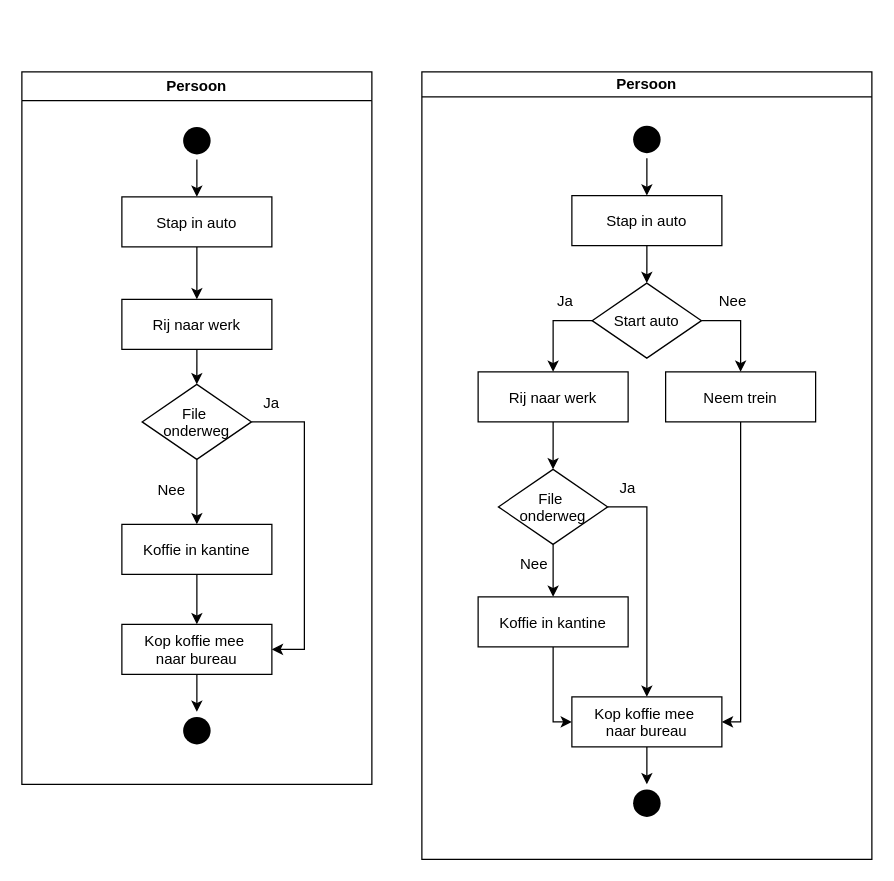
EMB20/Procesanalyse keeps this draw.io diagram as ActivityDiagramCommute.drawio. Above is the earlier version. Source tidied: cells renumbered, new cells numbered last; positions are measured from the earlier drawing's top-left corner, leaving out a move shared by most shapes. Both pictures are drawn from the tidied source at 125%, with x=0, y=0 at pixel (21, 71).
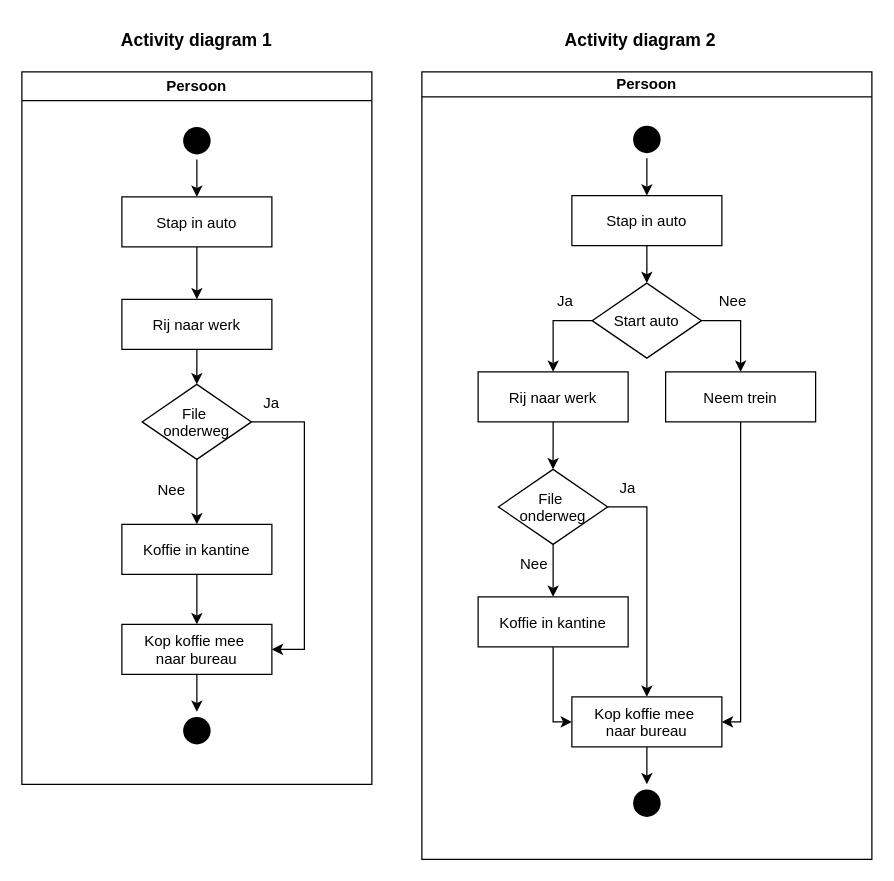
Above is the later version.

Diff of the diagram source:
```diff
@@
+    <mxCell id="44" value="Activity diagram 1" style="text;html=1;align=center;verticalAlign=middle;whiteSpace=wrap;rounded=0;fontStyle=1;fontSize=14;" parent="1" vertex="1">
+      <mxGeometry x="75" y="-40" width="130" height="30" as="geometry" />
+    </mxCell>
+    <mxCell id="45" value="Activity diagram 2" style="text;html=1;align=center;verticalAlign=middle;whiteSpace=wrap;rounded=0;fontStyle=1;fontSize=14;" parent="1" vertex="1">
+      <mxGeometry x="430" y="-40" width="130" height="30" as="geometry" />
+    </mxCell>
```
